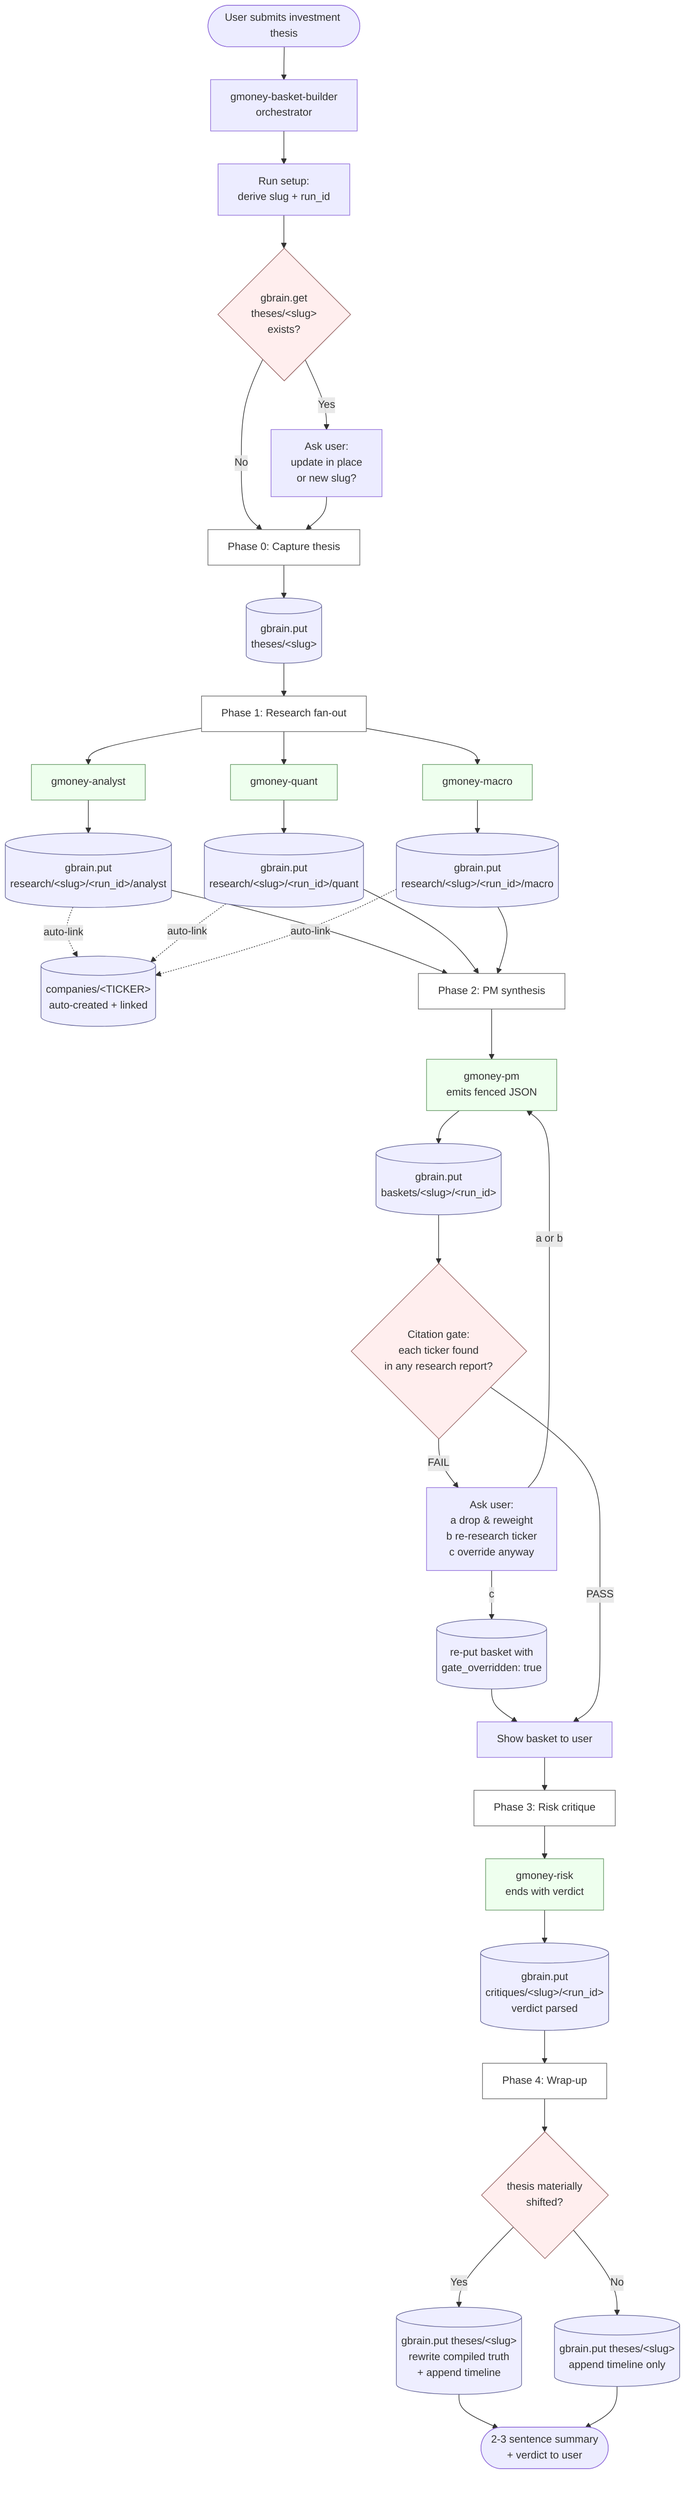
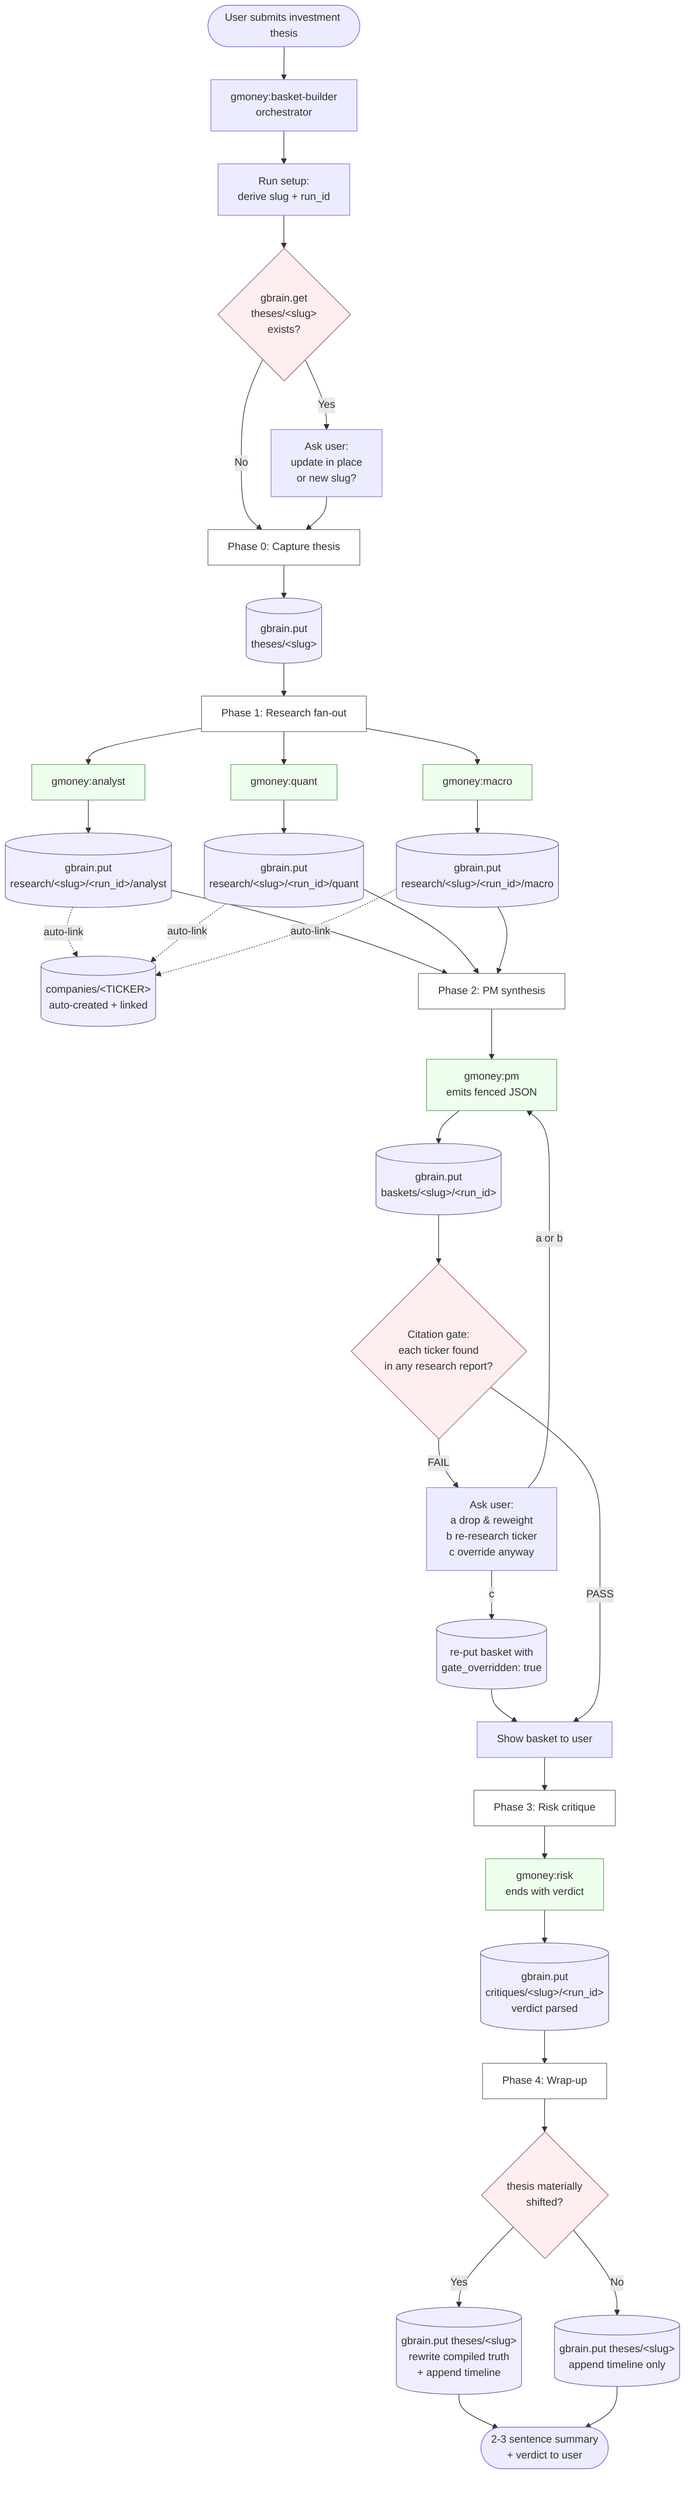
%% gmoney + GBrain workflow
%% Render at https://mermaid.live or embed in any markdown viewer.
flowchart TD
-     U([User submits investment thesis]) --> O[gmoney-basket-builder<br/>orchestrator]
+     U([User submits investment thesis]) --> O[gmoney:basket-builder<br/>orchestrator]

    O --> RS[Run setup:<br/>derive slug + run_id]
    RS --> PR{gbrain.get<br/>theses/&lt;slug&gt;<br/>exists?}
    PR -->|Yes| ASK[Ask user:<br/>update in place<br/>or new slug?]
    PR -->|No| P0
    ASK --> P0

    P0[Phase 0: Capture thesis] --> P0W[(gbrain.put<br/>theses/&lt;slug&gt;)]

    P0W --> P1[Phase 1: Research fan-out]
-     P1 --> A[gmoney-analyst]
-     P1 --> Q[gmoney-quant]
-     P1 --> M[gmoney-macro]
+     P1 --> A[gmoney:analyst]
+     P1 --> Q[gmoney:quant]
+     P1 --> M[gmoney:macro]
    A --> P1Wa[(gbrain.put<br/>research/&lt;slug&gt;/&lt;run_id&gt;/analyst)]
    Q --> P1Wq[(gbrain.put<br/>research/&lt;slug&gt;/&lt;run_id&gt;/quant)]
    M --> P1Wm[(gbrain.put<br/>research/&lt;slug&gt;/&lt;run_id&gt;/macro)]

    P1Wa -.auto-link.-> AC[(companies/&lt;TICKER&gt;<br/>auto-created + linked)]
    P1Wq -.auto-link.-> AC
    P1Wm -.auto-link.-> AC

    P1Wa --> P2
    P1Wq --> P2
    P1Wm --> P2

-     P2[Phase 2: PM synthesis] --> PM[gmoney-pm<br/>emits fenced JSON]
+     P2[Phase 2: PM synthesis] --> PM[gmoney:pm<br/>emits fenced JSON]
    PM --> P2W[(gbrain.put<br/>baskets/&lt;slug&gt;/&lt;run_id&gt;)]
    P2W --> CG{Citation gate:<br/>each ticker found<br/>in any research report?}
    CG -->|FAIL| OPT[Ask user:<br/>a drop & reweight<br/>b re-research ticker<br/>c override anyway]
    OPT -->|a or b| PM
    OPT -->|c| P2WO[(re-put basket with<br/>gate_overridden: true)]
    P2WO --> SHOW
    CG -->|PASS| SHOW[Show basket to user]

    SHOW --> P3[Phase 3: Risk critique]
-     P3 --> R[gmoney-risk<br/>ends with verdict]
+     P3 --> R[gmoney:risk<br/>ends with verdict]
    R --> P3W[(gbrain.put<br/>critiques/&lt;slug&gt;/&lt;run_id&gt;<br/>verdict parsed)]

    P3W --> P4[Phase 4: Wrap-up]
    P4 --> P4U{thesis materially<br/>shifted?}
    P4U -->|Yes| P4WR[(gbrain.put theses/&lt;slug&gt;<br/>rewrite compiled truth<br/>+ append timeline)]
    P4U -->|No| P4WT[(gbrain.put theses/&lt;slug&gt;<br/>append timeline only)]
    P4WR --> END([2-3 sentence summary<br/>+ verdict to user])
    P4WT --> END

    classDef brain fill:#eef,stroke:#669,stroke-width:1px;
    classDef skill fill:#efe,stroke:#696,stroke-width:1px;
    classDef phase fill:#fff,stroke:#666;
    classDef gate fill:#fee,stroke:#966;
    class P0W,P1Wa,P1Wq,P1Wm,P2W,P2WO,P3W,P4WR,P4WT,AC brain;
    class A,Q,M,PM,R skill;
    class P0,P1,P2,P3,P4 phase;
    class CG,PR,P4U gate;
